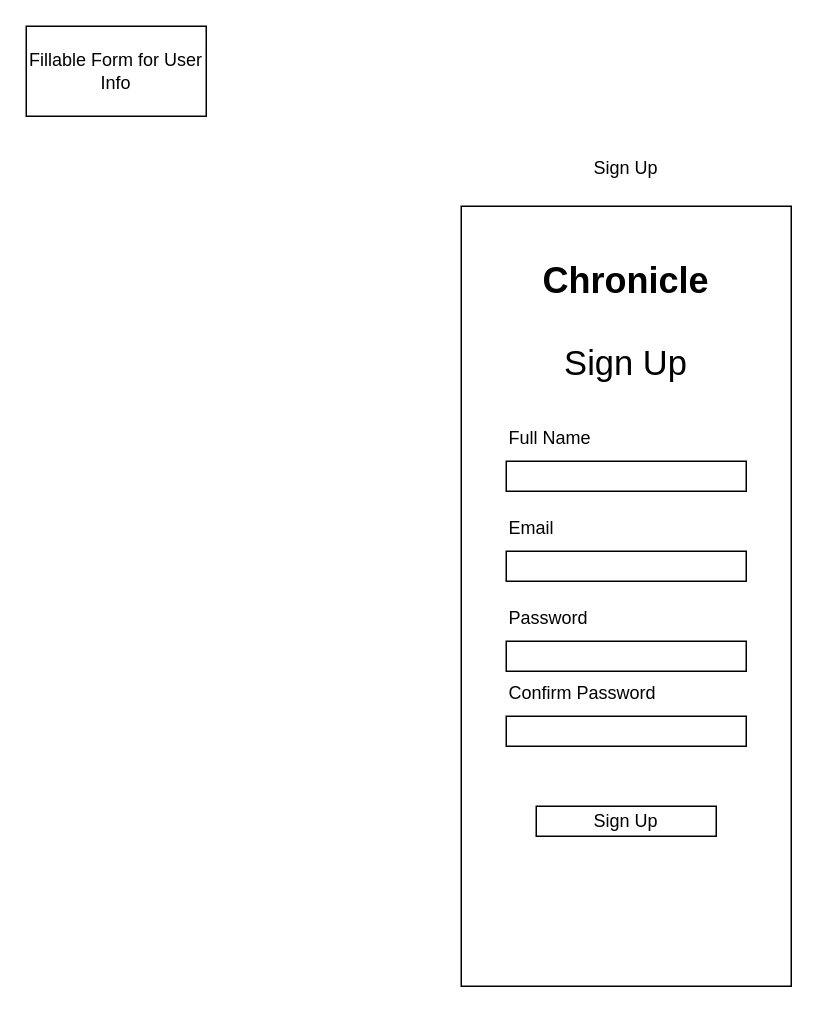
Vaibhav-G-Parmar/Chronicle-Your-Ultimate-Travel-Companion keeps this draw.io diagram as page "SignUp" (3 of 15) of Chronicle_Initial_App_Wireframe_Designs.drawio. Above is the earlier version. Source tidied: cells renumbered, new cells numbered last; positions are measured from the earlier drawing's top-left corner, leaving out a move shared by most shapes. Both pictures are drawn from the tidied source at 150%, with x=0, y=0 at pixel (26, 26).
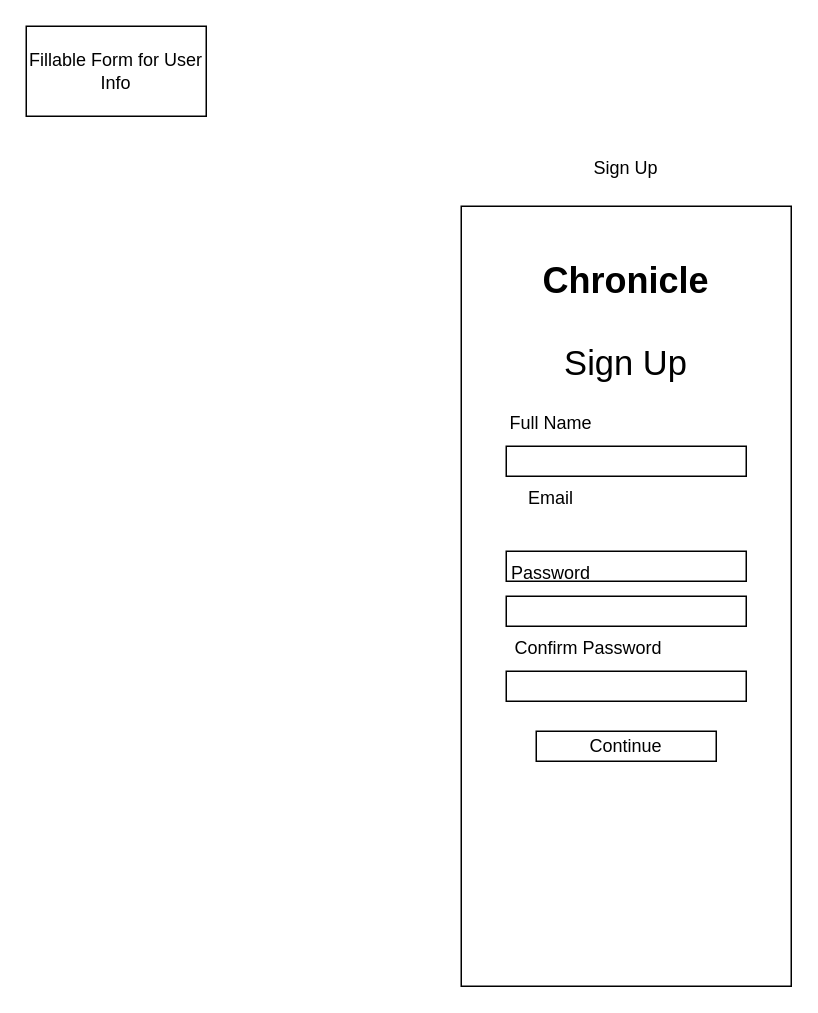
The same diagram, later.

Diff of the diagram source:
```diff
@@
 <mxGraphModel>
   <root>
     <mxCell id="0" />
     <mxCell id="1" parent="0" />
     <mxCell id="2" value="Fillable Form for User Info" style="whiteSpace=wrap;html=1;" parent="1" vertex="1">
       <mxGeometry width="120" height="60" as="geometry" />
     </mxCell>
     <mxCell id="3" style="endArrow=none;html=1;rounded=0;" parent="1" edge="1">
       <mxGeometry relative="1" as="geometry">
         <mxPoint x="490" y="160" as="sourcePoint" />
         <mxPoint x="490" y="160" as="targetPoint" />
       </mxGeometry>
     </mxCell>
     <mxCell id="4" style="rounded=0;whiteSpace=wrap;html=1;" parent="1" vertex="1">
       <mxGeometry x="290" y="120" width="220" height="520" as="geometry" />
     </mxCell>
     <mxCell id="5" value="Sign Up" style="text;html=1;strokeColor=none;fillColor=none;align=center;verticalAlign=middle;whiteSpace=wrap;rounded=0;" parent="1" vertex="1">
       <mxGeometry x="370" y="80" width="60" height="30" as="geometry" />
     </mxCell>
     <mxCell id="6" style="rounded=0;whiteSpace=wrap;html=1;" parent="1" vertex="1">
       <mxGeometry x="320" y="350" width="160" height="20" as="geometry" />
     </mxCell>
     <mxCell id="7" style="rounded=0;whiteSpace=wrap;html=1;" parent="1" vertex="1">
-      <mxGeometry x="320" y="410" width="160" height="20" as="geometry" />
+      <mxGeometry x="320" y="380" width="160" height="20" as="geometry" />
     </mxCell>
-    <mxCell id="8" value="Email" style="text;html=1;strokeColor=none;fillColor=none;align=left;verticalAlign=middle;whiteSpace=wrap;rounded=0;" parent="1" vertex="1">
-      <mxGeometry x="320" y="320" width="60" height="30" as="geometry" />
+    <mxCell id="8" value="Email" style="text;html=1;strokeColor=none;fillColor=none;align=center;verticalAlign=middle;whiteSpace=wrap;rounded=0;" parent="1" vertex="1">
+      <mxGeometry x="320" y="300" width="60" height="30" as="geometry" />
     </mxCell>
-    <mxCell id="9" value="Password" style="text;html=1;strokeColor=none;fillColor=none;align=left;verticalAlign=middle;whiteSpace=wrap;rounded=0;" parent="1" vertex="1">
-      <mxGeometry x="320" y="380" width="60" height="30" as="geometry" />
+    <mxCell id="9" value="Password" style="text;html=1;strokeColor=none;fillColor=none;align=center;verticalAlign=middle;whiteSpace=wrap;rounded=0;" parent="1" vertex="1">
+      <mxGeometry x="320" y="350" width="60" height="30" as="geometry" />
     </mxCell>
     <mxCell id="10" value="&lt;font style=&quot;font-size: 23px;&quot;&gt;Sign Up&lt;/font&gt;" style="text;html=1;strokeColor=none;fillColor=none;align=center;verticalAlign=middle;whiteSpace=wrap;rounded=0;" parent="1" vertex="1">
       <mxGeometry x="355" y="210" width="90" height="30" as="geometry" />
     </mxCell>
-    <mxCell id="11" value="Sign Up" style="rounded=0;whiteSpace=wrap;html=1;" parent="1" vertex="1">
-      <mxGeometry x="340" y="520" width="120" height="20" as="geometry" />
+    <mxCell id="11" value="Continue" style="rounded=0;whiteSpace=wrap;html=1;" parent="1" vertex="1">
+      <mxGeometry x="340" y="470" width="120" height="20" as="geometry" />
     </mxCell>
     <mxCell id="12" style="rounded=0;whiteSpace=wrap;html=1;" parent="1" vertex="1">
-      <mxGeometry x="320" y="460" width="160" height="20" as="geometry" />
+      <mxGeometry x="320" y="430" width="160" height="20" as="geometry" />
     </mxCell>
-    <mxCell id="13" value="Confirm Password" style="text;html=1;strokeColor=none;fillColor=none;align=left;verticalAlign=middle;whiteSpace=wrap;rounded=0;" parent="1" vertex="1">
-      <mxGeometry x="320" y="430" width="110" height="30" as="geometry" />
+    <mxCell id="13" value="Confirm Password" style="text;html=1;strokeColor=none;fillColor=none;align=center;verticalAlign=middle;whiteSpace=wrap;rounded=0;" parent="1" vertex="1">
+      <mxGeometry x="320" y="400" width="110" height="30" as="geometry" />
     </mxCell>
     <mxCell id="14" style="rounded=0;whiteSpace=wrap;html=1;" parent="1" vertex="1">
-      <mxGeometry x="320" y="290" width="160" height="20" as="geometry" />
+      <mxGeometry x="320" y="280" width="160" height="20" as="geometry" />
     </mxCell>
-    <mxCell id="15" value="Full Name" style="text;html=1;strokeColor=none;fillColor=none;align=left;verticalAlign=middle;whiteSpace=wrap;rounded=0;" parent="1" vertex="1">
-      <mxGeometry x="320" y="260" width="60" height="30" as="geometry" />
+    <mxCell id="15" value="Full Name" style="text;html=1;strokeColor=none;fillColor=none;align=center;verticalAlign=middle;whiteSpace=wrap;rounded=0;" parent="1" vertex="1">
+      <mxGeometry x="320" y="250" width="60" height="30" as="geometry" />
     </mxCell>
     <mxCell id="16" value="&lt;h1&gt;Chronicle&lt;/h1&gt;&lt;p&gt;&lt;br&gt;&lt;/p&gt;" style="text;html=1;strokeColor=none;fillColor=none;spacing=5;spacingTop=-20;whiteSpace=wrap;overflow=hidden;rounded=0;align=center;" parent="1" vertex="1">
       <mxGeometry x="335" y="150" width="130" height="40" as="geometry" />
     </mxCell>
   </root>
 </mxGraphModel>
```
